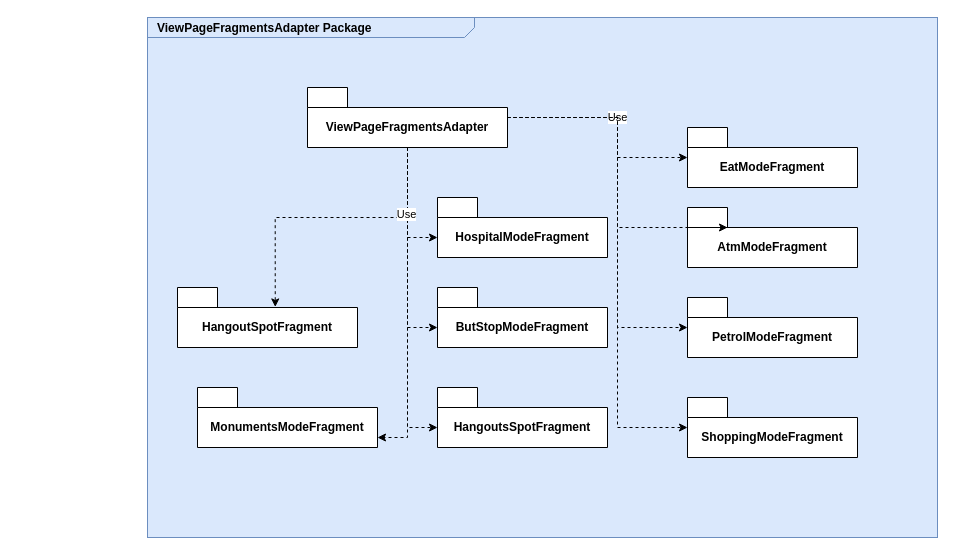
Before: FinalCityInfoActivity.drawio in MurielleMardenli200/LOG8430_TP1, a draw.io diagram. Source tidied: cells renumbered, new cells numbered last; positions are measured from the earlier drawing's top-left corner, leaving out a move shared by most shapes. Both pictures are drawn from the tidied source at 100%, with x=0, y=0 at pixel (147, 17).
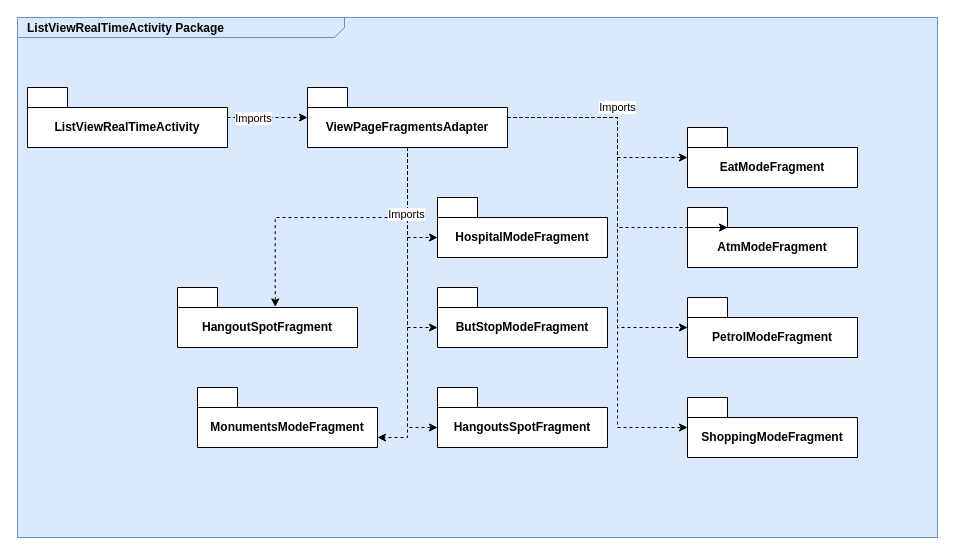
The same page after the edit.

Unchanged cells that the change refers to:
```xml
<mxCell id="6" value="ViewPageFragmentsAdapter" style="shape=folder;fontStyle=1;tabWidth=40;tabHeight=20;tabPosition=left;html=1;boundedLbl=1;whiteSpace=wrap;" parent="1" vertex="1">
  <mxGeometry x="160" y="70" width="200" height="60" as="geometry" />
</mxCell>
<mxCell id="15" value="EatModeFragment" style="shape=folder;fontStyle=1;tabWidth=40;tabHeight=20;tabPosition=left;html=1;boundedLbl=1;whiteSpace=wrap;" parent="1" vertex="1">
  <mxGeometry x="540" y="110" width="170" height="60" as="geometry" />
</mxCell>
<mxCell id="21" style="edgeStyle=orthogonalEdgeStyle;shape=connector;rounded=0;jettySize=auto;html=1;entryX=0;entryY=0;entryDx=0;entryDy=40;entryPerimeter=0;dashed=1;strokeColor=default;align=center;verticalAlign=middle;fontFamily=Helvetica;fontSize=11;fontColor=default;labelBackgroundColor=default;endArrow=classic;" parent="1" edge="1" source="6" target="14">
  <mxGeometry relative="1" as="geometry" />
</mxCell>
```

What changed in the source:
```diff
@@
-    <mxCell id="2" value="&lt;p style=&quot;margin: 0px ; margin-top: 4px ; margin-left: 10px ; text-align: left&quot;&gt;&lt;span style=&quot;font-weight: 700; background-color: transparent; color: light-dark(rgb(0, 0, 0), rgb(255, 255, 255)); text-align: center;&quot;&gt;ViewPageFragmentsAdapter&lt;/span&gt;&lt;b&gt;&amp;nbsp;Package&lt;/b&gt;&lt;/p&gt;" style="html=1;strokeWidth=1;shape=mxgraph.sysml.package;html=1;overflow=fill;whiteSpace=wrap;fillColor=#dae8fc;fontSize=12;align=center;labelX=327.64;strokeColor=#6c8ebf;" parent="1" vertex="1">
-      <mxGeometry width="790" height="520" as="geometry" />
+    <mxCell id="2" value="&lt;p style=&quot;margin: 0px ; margin-top: 4px ; margin-left: 10px ; text-align: left&quot;&gt;&lt;span style=&quot;background-color: transparent; text-align: center;&quot;&gt;&lt;b&gt;ListViewRealTimeActivity&lt;/b&gt;&lt;/span&gt;&lt;b&gt;&amp;nbsp;Package&lt;/b&gt;&lt;/p&gt;" style="html=1;strokeWidth=1;shape=mxgraph.sysml.package;html=1;overflow=fill;whiteSpace=wrap;fillColor=#dae8fc;fontSize=12;align=center;labelX=327.64;strokeColor=#6c8ebf;" parent="1" vertex="1">
+      <mxGeometry x="-130" width="920" height="520" as="geometry" />
     </mxCell>
-    <mxCell id="3" value="Use" style="edgeStyle=orthogonalEdgeStyle;shape=connector;rounded=0;jettySize=auto;html=1;dashed=1;strokeColor=default;align=center;verticalAlign=middle;fontFamily=Helvetica;fontSize=11;fontColor=default;labelBackgroundColor=default;endArrow=classic;" parent="1" edge="1" source="6" target="15">
-      <mxGeometry relative="1" as="geometry">
+    <mxCell id="3" value="Imports" style="edgeStyle=orthogonalEdgeStyle;shape=connector;rounded=0;jettySize=auto;html=1;dashed=1;strokeColor=default;align=center;verticalAlign=middle;fontFamily=Helvetica;fontSize=11;fontColor=default;labelBackgroundColor=default;endArrow=classic;" parent="1" edge="1" source="6" target="15">
+      <mxGeometry y="-10" relative="1" as="geometry">
         <Array as="points">
           <mxPoint x="470" y="100" />
           <mxPoint x="470" y="140" />
         </Array>
+        <mxPoint x="10" y="-10" as="offset" />
       </mxGeometry>
     </mxCell>
@@
-    <mxCell id="22" value="Use" style="edgeLabel;html=1;align=center;verticalAlign=middle;fontFamily=Helvetica;fontSize=11;fontColor=default;labelBackgroundColor=default;" parent="21" vertex="1">
+    <mxCell id="22" value="Imports" style="edgeLabel;html=1;align=center;verticalAlign=middle;fontFamily=Helvetica;fontSize=11;fontColor=default;labelBackgroundColor=default;" parent="21" vertex="1">
       <mxGeometry x="0.12" y="-2" relative="1" as="geometry">
         <mxPoint y="-1" as="offset" />
       </mxGeometry>
     </mxCell>
+    <mxCell id="23" style="edgeStyle=orthogonalEdgeStyle;shape=connector;rounded=0;jettySize=auto;html=1;dashed=1;strokeColor=default;align=center;verticalAlign=middle;fontFamily=Helvetica;fontSize=11;fontColor=default;labelBackgroundColor=default;endArrow=classic;" parent="1" edge="1" source="25" target="6">
+      <mxGeometry relative="1" as="geometry" />
+    </mxCell>
+    <mxCell id="24" value="Imports" style="edgeLabel;html=1;align=center;verticalAlign=middle;fontFamily=Helvetica;fontSize=11;fontColor=default;labelBackgroundColor=default;" parent="23" vertex="1">
+      <mxGeometry x="0.12" y="1" relative="1" as="geometry">
+        <mxPoint x="-20" y="1" as="offset" />
+      </mxGeometry>
+    </mxCell>
+    <mxCell id="25" value="&lt;b&gt;ListViewRealTimeActivity&lt;/b&gt;" style="shape=folder;fontStyle=1;tabWidth=40;tabHeight=20;tabPosition=left;html=1;boundedLbl=1;whiteSpace=wrap;" parent="1" vertex="1">
+      <mxGeometry x="-120" y="70" width="200" height="60" as="geometry" />
+    </mxCell>
```
